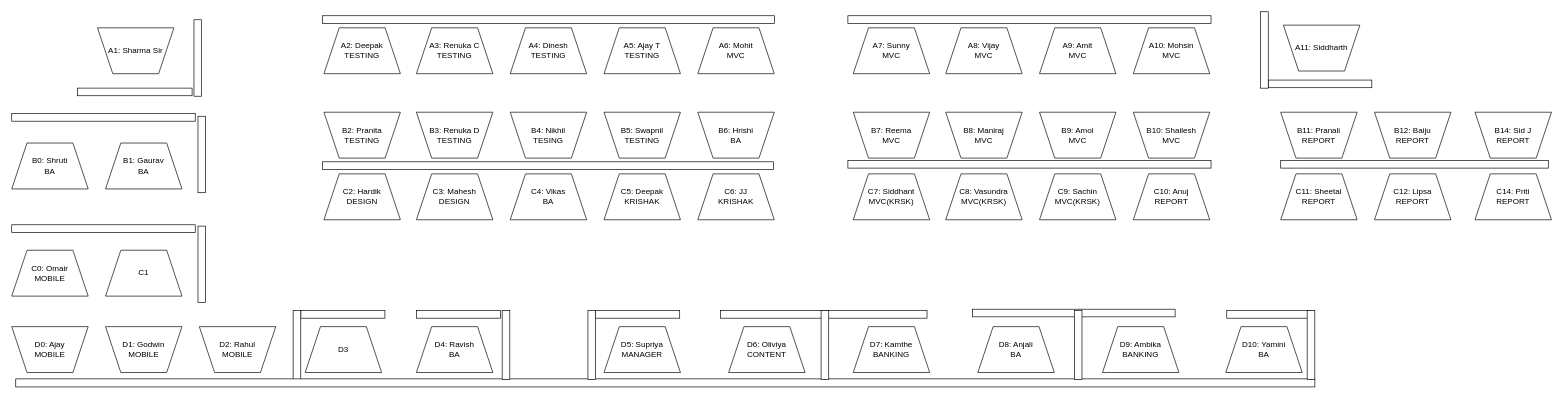
This is HO_605.drawio from ajaybhanushalid2k/wireframes, a draw.io file, before an edit. Source tidied: cells renumbered, new cells numbered last; positions are measured from the earlier drawing's top-left corner, leaving out a move shared by most shapes. Both pictures are drawn from the tidied source at 67%, with x=0, y=0 at pixel (11, 11).
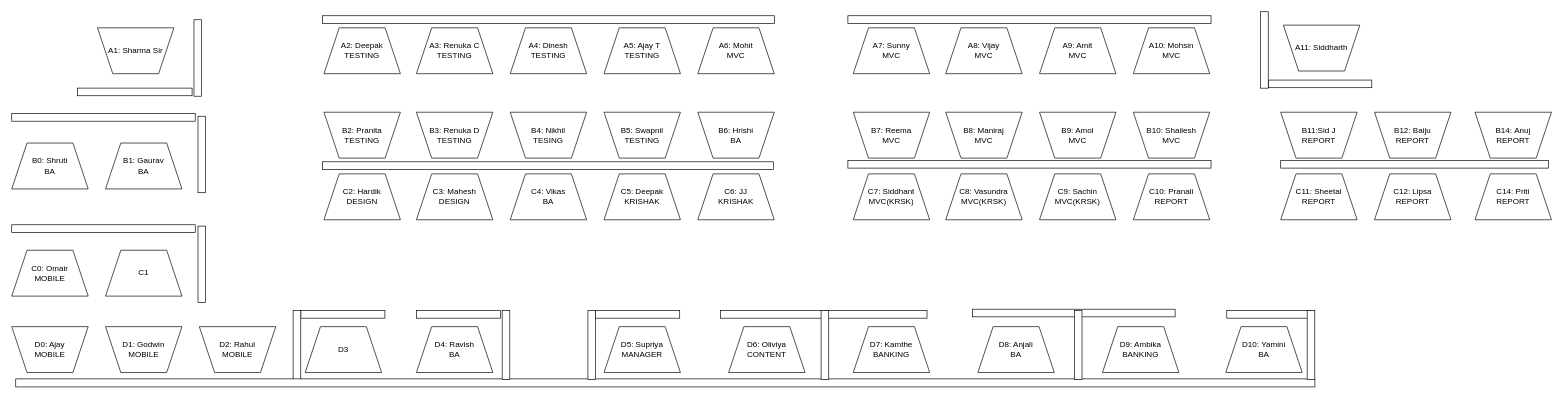
After the change.

Commit message:
Testing team suggestion taken

Diff of the diagram source:
```diff
@@
-    <mxCell id="36" value="C10: Anuj&lt;br&gt;REPORT" style="shape=trapezoid;perimeter=trapezoidPerimeter;whiteSpace=wrap;html=1;direction=east;rotation=0;" parent="1" vertex="1">
+    <mxCell id="36" value="C10: Pranali&lt;br&gt;REPORT" style="shape=trapezoid;perimeter=trapezoidPerimeter;whiteSpace=wrap;html=1;direction=east;rotation=0;" parent="1" vertex="1">
       <mxGeometry x="1674" y="242" width="114.1" height="68.5" as="geometry" />
     </mxCell>
@@
-    <mxCell id="47" value="B11: Pranali&lt;br&gt;REPORT" style="shape=trapezoid;perimeter=trapezoidPerimeter;whiteSpace=wrap;html=1;direction=west;rotation=0;" parent="1" vertex="1">
+    <mxCell id="47" value="B11:Sid J&lt;br&gt;REPORT" style="shape=trapezoid;perimeter=trapezoidPerimeter;whiteSpace=wrap;html=1;direction=west;rotation=0;" parent="1" vertex="1">
       <mxGeometry x="1894" y="150" width="114.1" height="68.5" as="geometry" />
     </mxCell>
@@
-    <mxCell id="51" value="B14: Sid J&lt;br&gt;REPORT" style="shape=trapezoid;perimeter=trapezoidPerimeter;whiteSpace=wrap;html=1;direction=west;rotation=0;" parent="1" vertex="1">
+    <mxCell id="51" value="B14:&amp;nbsp;Anuj&lt;br&gt;REPORT" style="shape=trapezoid;perimeter=trapezoidPerimeter;whiteSpace=wrap;html=1;direction=west;rotation=0;" parent="1" vertex="1">
       <mxGeometry x="2184" y="150" width="114.1" height="68.5" as="geometry" />
     </mxCell>
```
